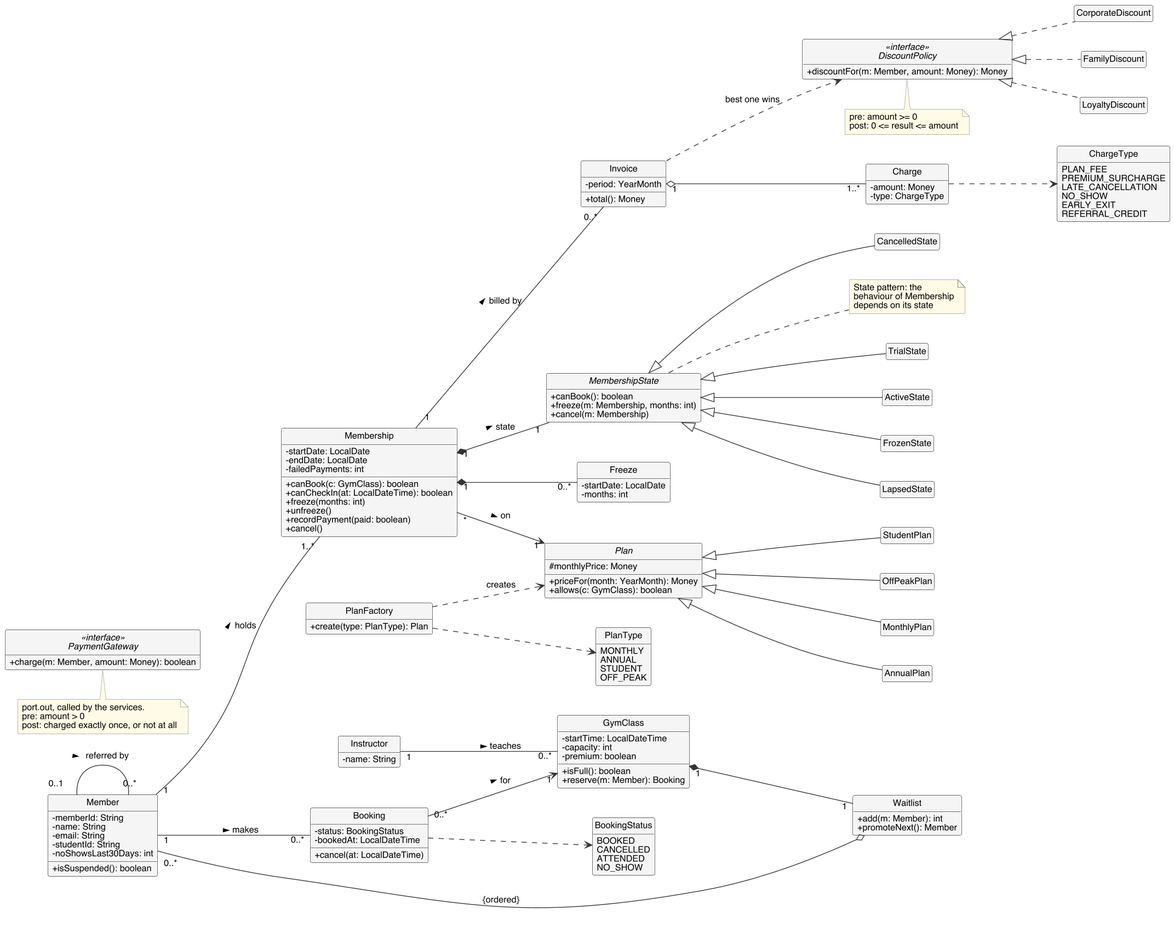
Above: report/analysis/class-diagram.png in CS6451-Advanced-Software-Design/Gym-Membership (PlantUML), before the change.
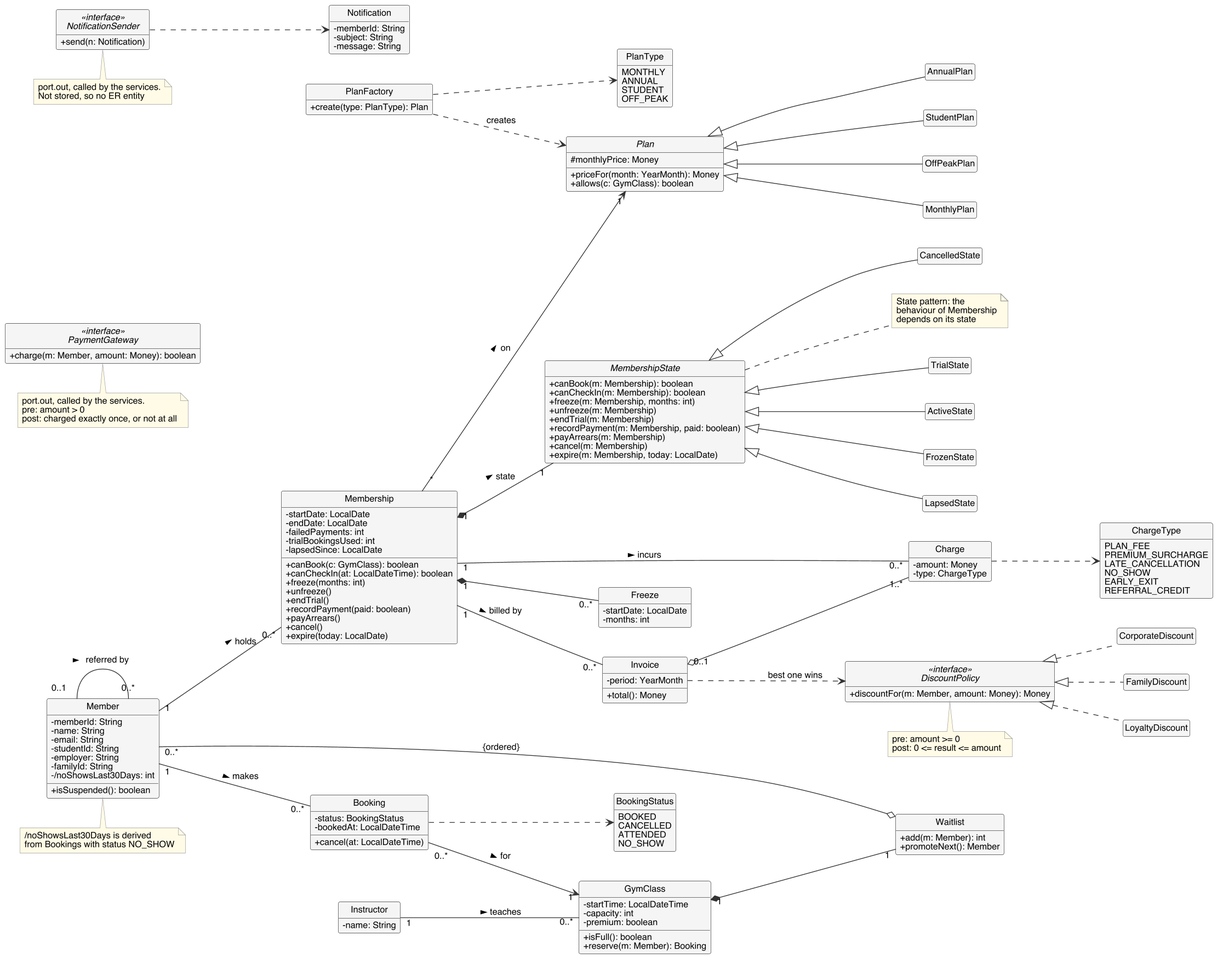
The same diagram one commit later.

Commit message:
docs: make the class diagram and ER diagram describe the same data

Change to the diagram source:
```diff
@@ -1,5 +1,5 @@
 @startuml
-!include common.iuml
+!include ../common.iuml
 hide circle
 left to right direction
 hide empty members
@@ -16,7 +16,9 @@
   -name: String
   -email: String
   -studentId: String
-  -noShowsLast30Days: int
+  -employer: String
+  -familyId: String
+  -/noShowsLast30Days: int
   +isSuspended(): boolean
 }
 
@@ -24,18 +26,29 @@
   -startDate: LocalDate
   -endDate: LocalDate
   -failedPayments: int
+  -trialBookingsUsed: int
+  -lapsedSince: LocalDate
   +canBook(c: GymClass): boolean
   +canCheckIn(at: LocalDateTime): boolean
   +freeze(months: int)
   +unfreeze()
+  +endTrial()
   +recordPayment(paid: boolean)
+  +payArrears()
   +cancel()
+  +expire(today: LocalDate)
 }
 
 abstract class MembershipState {
-  +canBook(): boolean
+  +canBook(m: Membership): boolean
+  +canCheckIn(m: Membership): boolean
   +freeze(m: Membership, months: int)
+  +unfreeze(m: Membership)
+  +endTrial(m: Membership)
+  +recordPayment(m: Membership, paid: boolean)
+  +payArrears(m: Membership)
   +cancel(m: Membership)
+  +expire(m: Membership, today: LocalDate)
 }
 class TrialState
 class ActiveState
@@ -126,7 +139,16 @@
   +charge(m: Member, amount: Money): boolean
 }
 
-Member "1" -- "1..*" Membership : holds >
+interface NotificationSender <<interface>> {
+  +send(n: Notification)
+}
+class Notification {
+  -memberId: String
+  -subject: String
+  -message: String
+}
+
+Member "1" -- "0..*" Membership : holds >
 Member "0..1" -- "0..*" Member : referred by <
 Membership "*" --> "1" Plan : on >
 Membership "1" *-- "1" MembershipState : state >
@@ -151,12 +173,14 @@
 Booking ..> BookingStatus
 
 Membership "1" -- "0..*" Invoice : billed by >
-Invoice "1" o-- "1..*" Charge
+Invoice "0..1" o-- "1..*" Charge
+Membership "1" -- "0..*" Charge : incurs >
 Charge ..> ChargeType
 Invoice ..> DiscountPolicy : best one wins
 DiscountPolicy <|.. CorporateDiscount
 DiscountPolicy <|.. FamilyDiscount
 DiscountPolicy <|.. LoyaltyDiscount
+NotificationSender ..> Notification
 
 note bottom of DiscountPolicy
   pre: amount >= 0
@@ -167,6 +191,14 @@
   pre: amount > 0
   post: charged exactly once, or not at all
 end note
+note bottom of NotificationSender
+  port.out, called by the services.
+  Not stored, so no ER entity
+end note
+note bottom of Member
+  /noShowsLast30Days is derived
+  from Bookings with status NO_SHOW
+end note
 note right of MembershipState
   State pattern: the
   behaviour of Membership
```
